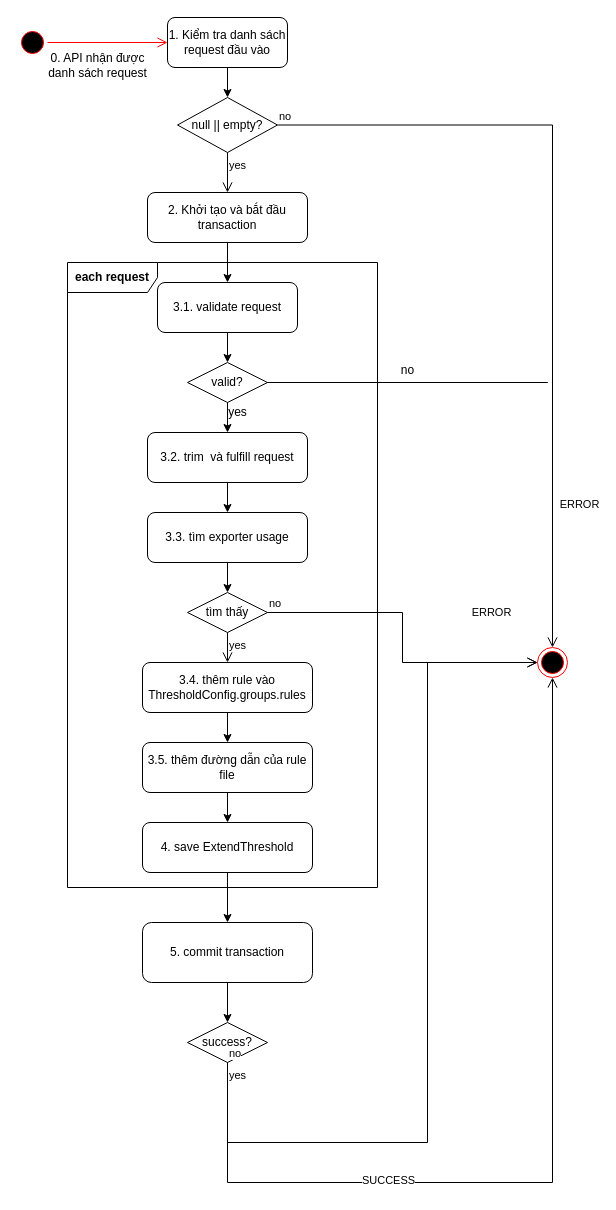
This is page "Trang-8" (7 of 7) of monitoring update upgrade.drawio from hiep1097/drawio, a draw.io file, before an edit. Source tidied: cells renumbered, new cells numbered last; positions are measured from the earlier drawing's top-left corner, leaving out a move shared by most shapes. Both pictures are drawn from the tidied source at 100%, with x=0, y=0 at pixel (17, 17).
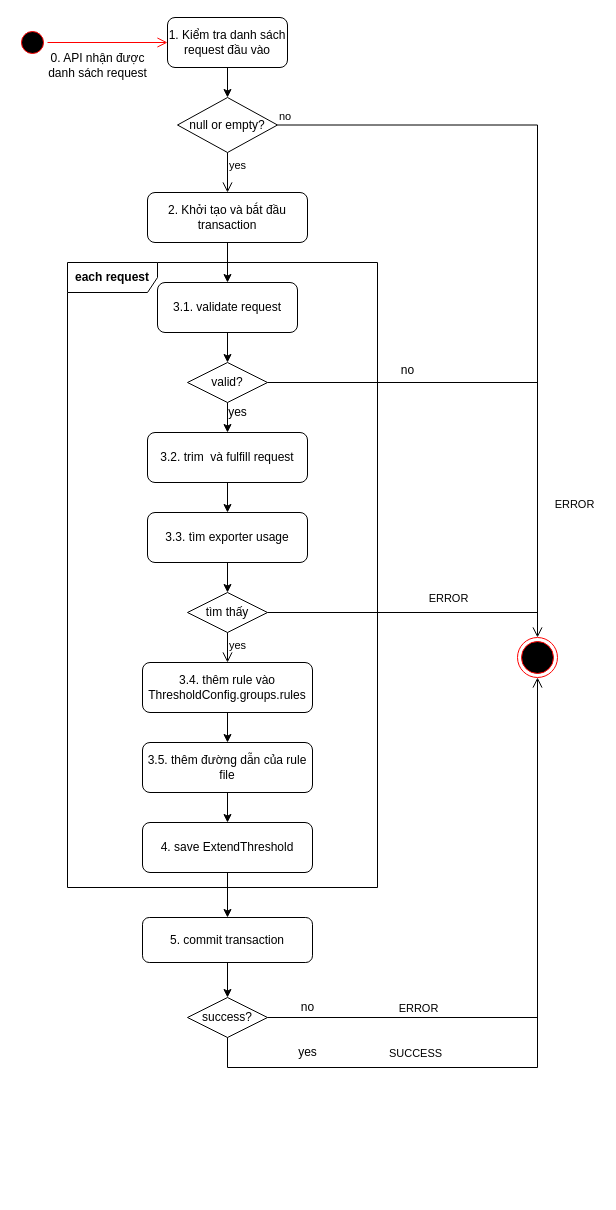
After the change.

Commit message:
Cập nhật monitoring update upgrade.drawio

Unchanged cells that the change refers to:
```xml
<mxCell id="19" value="tìm thấy" style="rhombus;whiteSpace=wrap;html=1;" parent="1" vertex="1">
  <mxGeometry x="170" y="575" width="80" height="40" as="geometry" />
</mxCell>
```

Diff of the diagram source:
```diff
@@
-    <mxCell id="6" value="null || empty?" style="rhombus;whiteSpace=wrap;html=1;" parent="1" vertex="1">
+    <mxCell id="6" value="null or empty?" style="rhombus;whiteSpace=wrap;html=1;" parent="1" vertex="1">
       <mxGeometry x="160" y="80" width="100" height="55" as="geometry" />
     </mxCell>
-    <mxCell id="7" value="no" style="edgeStyle=orthogonalEdgeStyle;html=1;align=left;verticalAlign=bottom;endArrow=open;endSize=8;rounded=0;entryX=0.5;entryY=0;entryDx=0;entryDy=0;exitX=1;exitY=0.5;exitDx=0;exitDy=0;" parent="1" edge="1" source="6" target="31">
-      <mxGeometry x="-1" relative="1" as="geometry" />
+    <mxCell id="7" value="no" style="edgeStyle=orthogonalEdgeStyle;html=1;align=left;verticalAlign=bottom;endArrow=open;endSize=8;rounded=0;exitX=1;exitY=0.5;exitDx=0;exitDy=0;" parent="1" edge="1" source="6">
+      <mxGeometry x="-1" relative="1" as="geometry">
+        <mxPoint x="520" y="620" as="targetPoint" />
+        <Array as="points">
+          <mxPoint x="520" y="108" />
+        </Array>
+      </mxGeometry>
     </mxCell>
@@
-    <mxCell id="20" value="no" style="edgeStyle=orthogonalEdgeStyle;html=1;align=left;verticalAlign=bottom;endArrow=open;endSize=8;rounded=0;entryX=0;entryY=0.5;entryDx=0;entryDy=0;" parent="1" edge="1" source="19" target="31">
-      <mxGeometry x="-1" relative="1" as="geometry" />
-    </mxCell>
-    <mxCell id="21" value="ERROR" style="edgeLabel;html=1;align=center;verticalAlign=middle;" parent="20" vertex="1">
-      <mxGeometry x="-0.1" relative="1" as="geometry">
-        <mxPoint x="88" y="-10" as="offset" />
-      </mxGeometry>
-    </mxCell>
@@
     <mxCell id="30" value="5. commit transaction" style="rounded=1;whiteSpace=wrap;html=1;" parent="1" vertex="1">
-      <mxGeometry x="125" y="905" width="170" height="60" as="geometry" />
+      <mxGeometry x="125" y="900" width="170" height="45" as="geometry" />
     </mxCell>
     <mxCell id="31" style="ellipse;html=1;shape=endState;fillColor=#000000;strokeColor=#ff0000;" parent="1" vertex="1">
-      <mxGeometry x="520" y="630" width="30" height="30" as="geometry" />
+      <mxGeometry x="500" y="620" width="40" height="40" as="geometry" />
     </mxCell>
@@
     <mxCell id="34" value="success?" style="rhombus;whiteSpace=wrap;html=1;" parent="1" vertex="1">
-      <mxGeometry x="170" y="1005" width="80" height="40" as="geometry" />
+      <mxGeometry x="170" y="980" width="80" height="40" as="geometry" />
     </mxCell>
-    <mxCell id="35" value="no" style="edgeStyle=orthogonalEdgeStyle;html=1;align=left;verticalAlign=bottom;endArrow=open;endSize=8;rounded=0;entryX=0;entryY=0.5;entryDx=0;entryDy=0;" parent="1" edge="1" source="34" target="31">
-      <mxGeometry x="-1" relative="1" as="geometry">
-        <Array as="points">
-          <mxPoint x="410" y="1125" />
-          <mxPoint x="410" y="645" />
-        </Array>
-      </mxGeometry>
-    </mxCell>
-    <mxCell id="36" value="yes" style="edgeStyle=orthogonalEdgeStyle;html=1;align=left;verticalAlign=top;endArrow=open;endSize=8;rounded=0;entryX=0.5;entryY=1;entryDx=0;entryDy=0;" parent="1" edge="1" source="34" target="31">
+    <mxCell id="36" style="edgeStyle=orthogonalEdgeStyle;html=1;align=left;verticalAlign=top;endArrow=open;endSize=8;rounded=0;" parent="1" edge="1" source="34" target="31">
       <mxGeometry x="-1" relative="1" as="geometry">
         <Array as="points">
-          <mxPoint x="210" y="1165" />
-          <mxPoint x="535" y="1165" />
+          <mxPoint x="210" y="1050" />
+          <mxPoint x="520" y="1050" />
         </Array>
       </mxGeometry>
     </mxCell>
     <mxCell id="37" value="SUCCESS" style="edgeLabel;html=1;align=center;verticalAlign=middle;" parent="36" vertex="1">
-      <mxGeometry x="-0.41" y="3" relative="1" as="geometry" />
+      <mxGeometry x="-0.41" y="3" relative="1" as="geometry">
+        <mxPoint x="2" y="-12" as="offset" />
+      </mxGeometry>
     </mxCell>
     <mxCell id="38" style="endArrow=none;html=1;rounded=0;" parent="1" edge="1">
       <mxGeometry relative="1" as="geometry">
         <mxPoint x="250" y="365" as="sourcePoint" />
-        <mxPoint x="530" y="365" as="targetPoint" />
+        <mxPoint x="520" y="365" as="targetPoint" />
       </mxGeometry>
     </mxCell>
-    <mxCell id="39" style="endArrow=none;html=1;rounded=0;" parent="1" edge="1">
-      <mxGeometry relative="1" as="geometry">
-        <mxPoint x="250" y="365" as="sourcePoint" />
-        <mxPoint x="530" y="365" as="targetPoint" />
-      </mxGeometry>
-    </mxCell>
@@
+    <mxCell id="43" style="endArrow=none;html=1;rounded=0;exitX=1;exitY=0.5;exitDx=0;exitDy=0;" parent="1" edge="1" source="19">
+      <mxGeometry relative="1" as="geometry">
+        <mxPoint x="520" y="595" as="targetPoint" />
+      </mxGeometry>
+    </mxCell>
+    <mxCell id="44" value="yes" style="text;html=1;align=center;verticalAlign=middle;strokeColor=none;fillColor=none;" parent="1" vertex="1">
+      <mxGeometry x="270" y="1020" width="40" height="30" as="geometry" />
+    </mxCell>
+    <mxCell id="45" value="no" style="text;html=1;align=center;verticalAlign=middle;strokeColor=none;fillColor=none;" parent="1" vertex="1">
+      <mxGeometry x="270" y="975" width="40" height="30" as="geometry" />
+    </mxCell>
+    <mxCell id="46" style="endArrow=none;html=1;rounded=0;" parent="1" edge="1" source="34">
+      <mxGeometry relative="1" as="geometry">
+        <mxPoint x="520" y="1000" as="targetPoint" />
+      </mxGeometry>
+    </mxCell>
+    <mxCell id="47" value="ERROR" style="edgeLabel;html=1;align=center;verticalAlign=middle;" parent="1" vertex="1">
+      <mxGeometry x="430" y="580" as="geometry" />
+    </mxCell>
+    <mxCell id="48" value="ERROR" style="edgeLabel;html=1;align=center;verticalAlign=middle;" parent="1" vertex="1">
+      <mxGeometry x="400" y="990" as="geometry" />
+    </mxCell>
```
